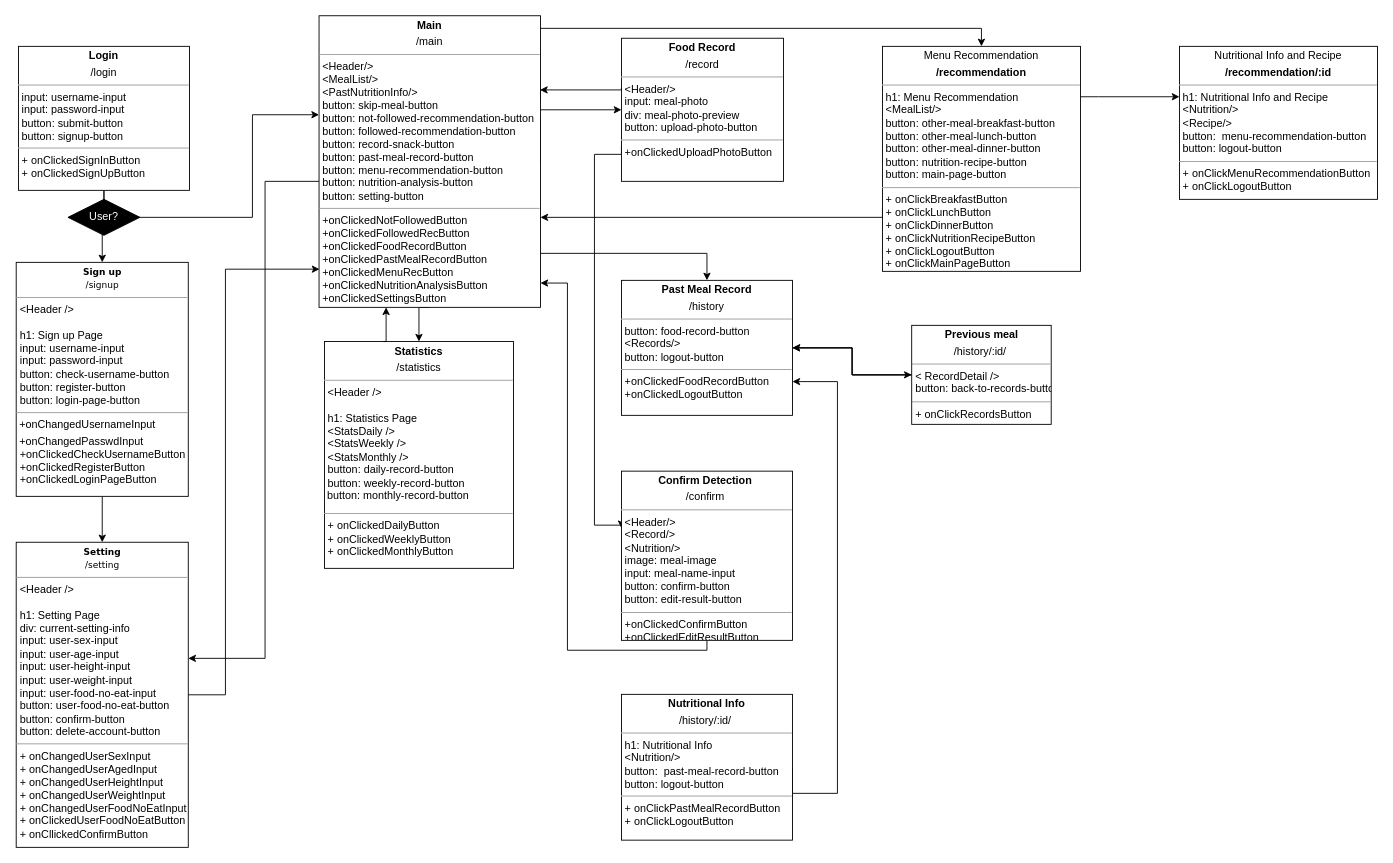
This is diagrams/Frontend_UML.drawio from swsnu/swpp2021-team5, a draw.io file, before an edit. Source tidied: cells renumbered, new cells numbered last; positions are measured from the earlier drawing's top-left corner, leaving out a move shared by most shapes. Both pictures are drawn from the tidied source at 90%, with x=0, y=0 at pixel (16, 15).
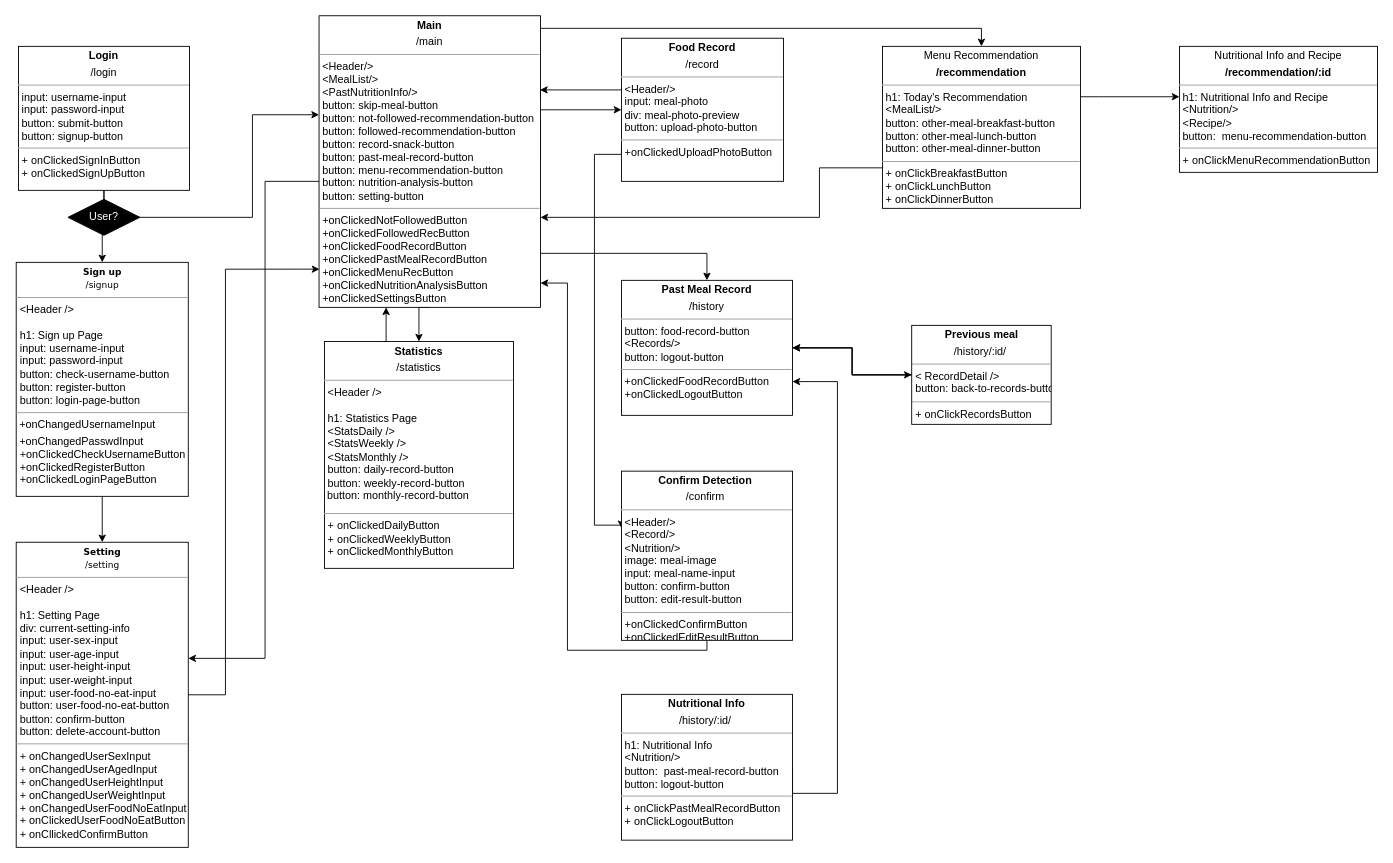
The same diagram, later.

The edit, as a diff of the source:
```diff
@@
-    <mxCell id="4" style="edgeStyle=orthogonalEdgeStyle;rounded=0;orthogonalLoop=1;jettySize=auto;html=1;exitX=0.25;exitY=1;exitDx=0;exitDy=0;fontColor=#FFFFFF;" parent="1" edge="1">
+    <mxCell id="4" style="edgeStyle=orthogonalEdgeStyle;rounded=0;jettySize=auto;html=1;exitX=0;exitY=0.75;exitDx=0;exitDy=0;fontColor=#FFFFFF;" parent="1" edge="1" source="27">
       <mxGeometry relative="1" as="geometry">
-        <mxPoint x="1029.5" y="214" as="sourcePoint" />
         <mxPoint x="582" y="224" as="targetPoint" />
         <Array as="points">
-          <mxPoint x="962" y="214" />
-          <mxPoint x="962" y="224" />
+          <mxPoint x="892" y="169" />
+          <mxPoint x="892" y="224" />
         </Array>
       </mxGeometry>
     </mxCell>
@@
-    <mxCell id="27" value="&lt;p style=&quot;margin: 0px ; margin-top: 4px ; text-align: center&quot;&gt;Menu Recommendation&lt;/p&gt;&lt;p style=&quot;margin: 0px ; margin-top: 4px ; text-align: center&quot;&gt;&lt;b&gt;/recommendation&lt;/b&gt;&lt;/p&gt;&lt;hr size=&quot;1&quot;&gt;&lt;p style=&quot;margin: 0px ; margin-left: 4px&quot;&gt;h1: Menu Recommendation&lt;/p&gt;&lt;p style=&quot;margin: 0px ; margin-left: 4px&quot;&gt;&amp;lt;MealList/&amp;gt;&lt;/p&gt;&lt;p style=&quot;margin: 0px ; margin-left: 4px&quot;&gt;button:&amp;nbsp;&lt;span&gt;other-meal-breakfast-button&lt;/span&gt;&lt;/p&gt;&lt;p style=&quot;margin: 0px 0px 0px 4px&quot;&gt;button: other-meal-lunch-button&lt;/p&gt;&lt;p style=&quot;margin: 0px 0px 0px 4px&quot;&gt;button: other-meal-dinner-button&lt;/p&gt;&lt;p style=&quot;margin: 0px 0px 0px 4px&quot;&gt;button: nutrition-recipe-button&lt;/p&gt;&lt;p style=&quot;margin: 0px 0px 0px 4px&quot;&gt;button: main-page-button&lt;/p&gt;&lt;hr size=&quot;1&quot;&gt;&lt;p style=&quot;margin: 0px ; margin-left: 4px&quot;&gt;+ onClickBreakfastButton&lt;br&gt;+ onClickLunchButton&lt;/p&gt;&lt;p style=&quot;margin: 0px ; margin-left: 4px&quot;&gt;+ onClickDinnerButton&lt;/p&gt;&lt;p style=&quot;margin: 0px ; margin-left: 4px&quot;&gt;+ onClickNutritionRecipeButton&lt;/p&gt;&lt;p style=&quot;margin: 0px ; margin-left: 4px&quot;&gt;+ onClickLogoutButton&lt;/p&gt;&lt;p style=&quot;margin: 0px ; margin-left: 4px&quot;&gt;+ onClickMainPageButton&lt;/p&gt;" style="verticalAlign=top;align=left;overflow=fill;fontSize=12;fontFamily=Helvetica;html=1;rounded=0;shadow=0;comic=0;labelBackgroundColor=none;strokeWidth=1;" parent="1" vertex="1">
-      <mxGeometry x="962" y="34" width="220" height="250" as="geometry" />
+    <mxCell id="27" value="&lt;p style=&quot;margin: 0px ; margin-top: 4px ; text-align: center&quot;&gt;Menu Recommendation&lt;/p&gt;&lt;p style=&quot;margin: 0px ; margin-top: 4px ; text-align: center&quot;&gt;&lt;b&gt;/recommendation&lt;/b&gt;&lt;/p&gt;&lt;hr size=&quot;1&quot;&gt;&lt;p style=&quot;margin: 0px 0px 0px 4px&quot;&gt;h1: Today's Recommendation&lt;/p&gt;&lt;p style=&quot;margin: 0px 0px 0px 4px&quot;&gt;&amp;lt;MealList/&amp;gt;&lt;/p&gt;&lt;p style=&quot;margin: 0px 0px 0px 4px&quot;&gt;button:&amp;nbsp;other-meal-breakfast-button&lt;/p&gt;&lt;p style=&quot;margin: 0px 0px 0px 4px&quot;&gt;button: other-meal-lunch-button&lt;/p&gt;&lt;p style=&quot;margin: 0px 0px 0px 4px&quot;&gt;button: other-meal-dinner-button&lt;br&gt;&lt;/p&gt;&lt;hr size=&quot;1&quot;&gt;&lt;p style=&quot;margin: 0px 0px 0px 4px&quot;&gt;+ onClickBreakfastButton&lt;br&gt;+ onClickLunchButton&lt;/p&gt;&lt;p style=&quot;margin: 0px 0px 0px 4px&quot;&gt;+ onClickDinnerButton&lt;/p&gt;" style="verticalAlign=top;align=left;overflow=fill;fontSize=12;fontFamily=Helvetica;html=1;rounded=0;shadow=0;comic=0;labelBackgroundColor=none;strokeWidth=1;" parent="1" vertex="1">
+      <mxGeometry x="962" y="34" width="220" height="180" as="geometry" />
     </mxCell>
-    <mxCell id="28" value="&lt;p style=&quot;margin: 0px ; margin-top: 4px ; text-align: center&quot;&gt;Nutritional Info and Recipe&lt;/p&gt;&lt;p style=&quot;margin: 0px ; margin-top: 4px ; text-align: center&quot;&gt;&lt;b&gt;/recommendation/:id&lt;/b&gt;&lt;/p&gt;&lt;hr size=&quot;1&quot;&gt;&lt;p style=&quot;margin: 0px ; margin-left: 4px&quot;&gt;h1: Nutritional Info and Recipe&lt;/p&gt;&lt;p style=&quot;margin: 0px ; margin-left: 4px&quot;&gt;&amp;lt;Nutrition/&amp;gt;&lt;/p&gt;&lt;p style=&quot;margin: 0px ; margin-left: 4px&quot;&gt;&amp;lt;Recipe/&amp;gt;&lt;/p&gt;&lt;p style=&quot;margin: 0px ; margin-left: 4px&quot;&gt;button:&amp;nbsp;&amp;nbsp;&lt;span style=&quot;text-align: center&quot;&gt;menu-recommendation-button&lt;/span&gt;&lt;/p&gt;&lt;p style=&quot;margin: 0px ; margin-left: 4px&quot;&gt;button: logout-button&amp;nbsp;&lt;br&gt;&lt;/p&gt;&lt;hr size=&quot;1&quot;&gt;&lt;p style=&quot;margin: 0px ; margin-left: 4px&quot;&gt;+ onClickMenuRecommendationButton&lt;br&gt;&lt;/p&gt;&lt;p style=&quot;margin: 0px ; margin-left: 4px&quot;&gt;+ onClickLogoutButton&lt;/p&gt;" style="verticalAlign=top;align=left;overflow=fill;fontSize=12;fontFamily=Helvetica;html=1;rounded=0;shadow=0;comic=0;labelBackgroundColor=none;strokeWidth=1;" parent="1" vertex="1">
-      <mxGeometry x="1292" y="34" width="220" height="170" as="geometry" />
+    <mxCell id="28" value="&lt;p style=&quot;margin: 0px ; margin-top: 4px ; text-align: center&quot;&gt;Nutritional Info and Recipe&lt;/p&gt;&lt;p style=&quot;margin: 0px ; margin-top: 4px ; text-align: center&quot;&gt;&lt;b&gt;/recommendation/:id&lt;/b&gt;&lt;/p&gt;&lt;hr size=&quot;1&quot;&gt;&lt;p style=&quot;margin: 0px 0px 0px 4px&quot;&gt;h1: Nutritional Info and Recipe&lt;/p&gt;&lt;p style=&quot;margin: 0px 0px 0px 4px&quot;&gt;&amp;lt;Nutrition/&amp;gt;&lt;/p&gt;&lt;p style=&quot;margin: 0px 0px 0px 4px&quot;&gt;&amp;lt;Recipe/&amp;gt;&lt;/p&gt;&lt;p style=&quot;margin: 0px 0px 0px 4px&quot;&gt;button:&amp;nbsp;&amp;nbsp;&lt;span style=&quot;text-align: center&quot;&gt;menu-recommendation-button&lt;/span&gt;&lt;/p&gt;&lt;hr size=&quot;1&quot;&gt;&lt;p style=&quot;margin: 0px 0px 0px 4px&quot;&gt;+ onClickMenuRecommendationButton&lt;/p&gt;" style="verticalAlign=top;align=left;overflow=fill;fontSize=12;fontFamily=Helvetica;html=1;rounded=0;shadow=0;comic=0;labelBackgroundColor=none;strokeWidth=1;" parent="1" vertex="1">
+      <mxGeometry x="1292" y="34" width="220" height="140" as="geometry" />
     </mxCell>
```
